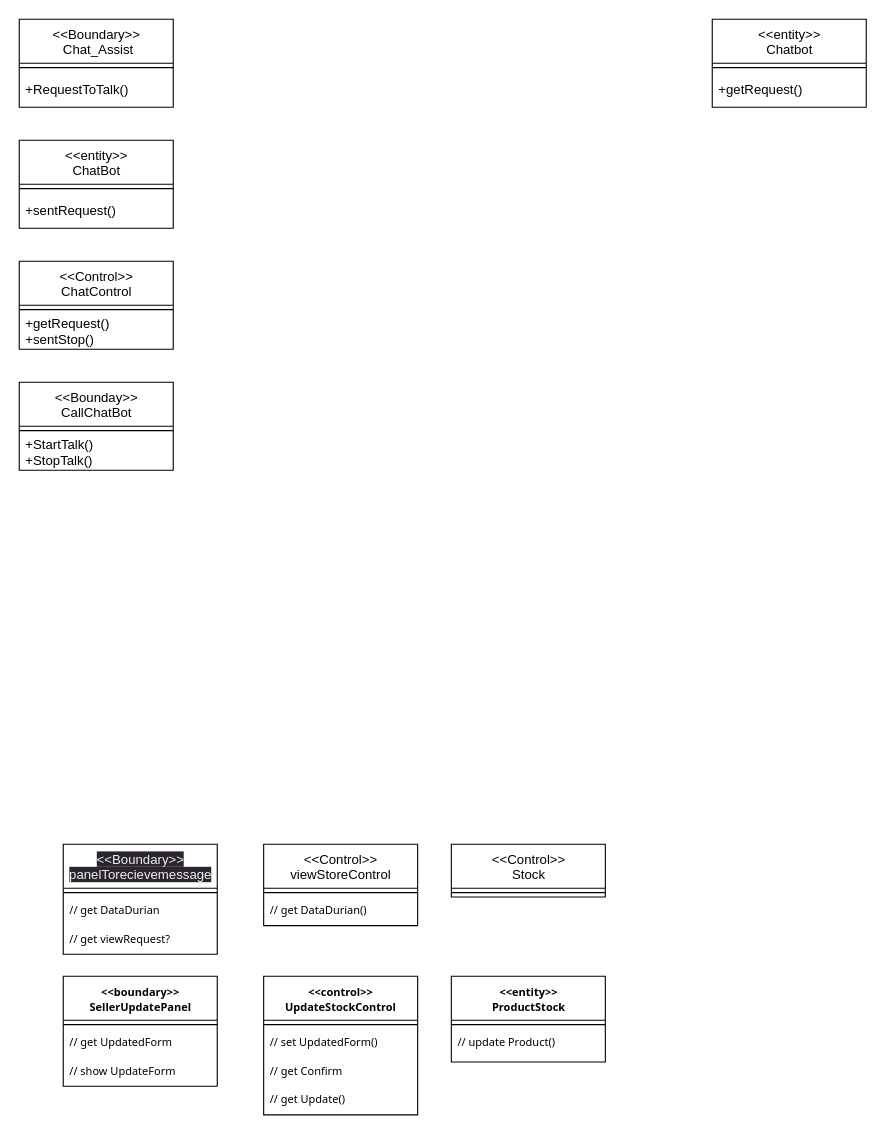
This is VOPC.drawio from munkeawtoast/isad-diagrams, a draw.io file, before an edit. Source tidied: cells renumbered, new cells numbered last; positions are measured from the earlier drawing's top-left corner, leaving out a move shared by most shapes. Both pictures are drawn from the tidied source at 110%, with x=0, y=0 at pixel (19, 19).
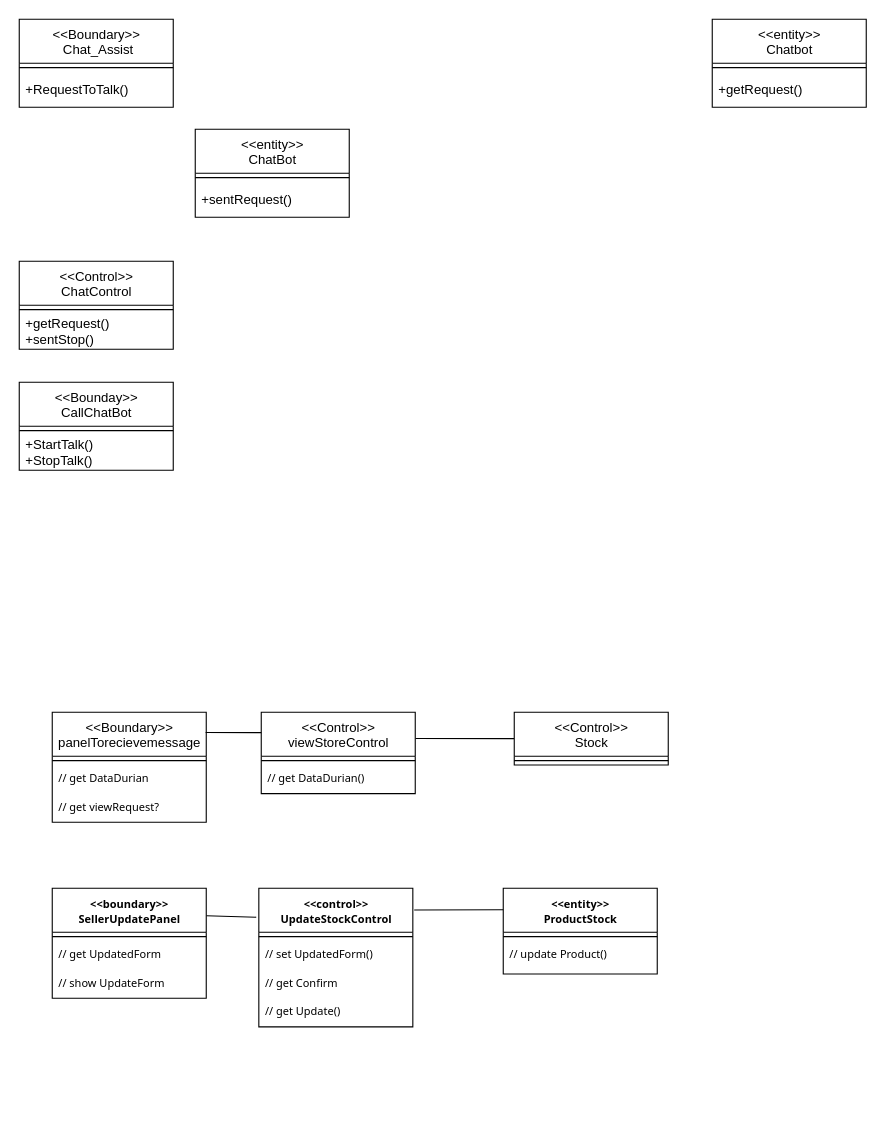
The same page after the edit.

The edit, as a diff of the source:
```diff
@@
     <mxCell id="11" value="&amp;lt;&amp;lt;entity&amp;gt;&amp;gt;&lt;br&gt;ChatBot" style="swimlane;fontStyle=0;align=center;verticalAlign=top;horizontal=1;startSize=40;html=1;" parent="1" vertex="1">
-      <mxGeometry y="110" width="140" height="80" as="geometry" />
+      <mxGeometry x="160" y="100" width="140" height="80" as="geometry" />
     </mxCell>
@@
+    <mxCell id="29" value="&lt;span style=&quot;font-family: Helvetica; font-size: 12px; font-style: normal; font-variant-ligatures: normal; font-variant-caps: normal; font-weight: 400; letter-spacing: normal; orphans: 2; text-align: center; text-indent: 0px; text-transform: none; widows: 2; word-spacing: 0px; -webkit-text-stroke-width: 0px; text-decoration-thickness: initial; text-decoration-style: initial; text-decoration-color: initial; float: none; display: inline !important;&quot;&gt;&amp;lt;&amp;lt;Boundary&amp;gt;&amp;gt;&lt;/span&gt;&lt;br style=&quot;border-color: rgb(0, 0, 0); font-family: Helvetica; font-size: 12px; font-style: normal; font-variant-ligatures: normal; font-variant-caps: normal; font-weight: 400; letter-spacing: normal; orphans: 2; text-align: center; text-indent: 0px; text-transform: none; widows: 2; word-spacing: 0px; -webkit-text-stroke-width: 0px; text-decoration-thickness: initial; text-decoration-style: initial; text-decoration-color: initial;&quot;&gt;&lt;span style=&quot;font-family: Helvetica; font-size: 12px; font-style: normal; font-variant-ligatures: normal; font-variant-caps: normal; font-weight: 400; letter-spacing: normal; orphans: 2; text-align: center; text-indent: 0px; text-transform: none; widows: 2; word-spacing: 0px; -webkit-text-stroke-width: 0px; text-decoration-thickness: initial; text-decoration-style: initial; text-decoration-color: initial; float: none; display: inline !important;&quot;&gt;panelTorecievemessage&lt;/span&gt;" style="swimlane;fontStyle=0;align=center;verticalAlign=top;horizontal=1;startSize=40;html=1;" parent="1" vertex="1">
+      <mxGeometry x="30" y="630" width="140" height="100" as="geometry" />
+    </mxCell>
+    <mxCell id="38" style="line;strokeWidth=1;fillColor=none;align=left;verticalAlign=middle;spacingTop=-1;spacingLeft=3;spacingRight=3;labelPosition=right;" parent="29" vertex="1">
+      <mxGeometry y="40" width="140" height="8" as="geometry" />
+    </mxCell>
+    <mxCell id="31" value="// get DataDurian" style="text;strokeColor=none;fillColor=none;align=left;verticalAlign=top;spacingLeft=4;spacingRight=4;overflow=hidden;strokeWidth=0;fontFamily=Tahoma;fontSize=10;" parent="29" vertex="1">
+      <mxGeometry y="48" width="140" height="26" as="geometry" />
+    </mxCell>
+    <mxCell id="32" value="// get viewRequest?" style="text;strokeColor=none;fillColor=none;align=left;verticalAlign=top;spacingLeft=4;spacingRight=4;overflow=hidden;strokeWidth=0;fontFamily=Tahoma;fontSize=10;" parent="29" vertex="1">
+      <mxGeometry y="74" width="140" height="26" as="geometry" />
+    </mxCell>
+    <mxCell id="39" style="edgeStyle=none;html=1;entryX=0;entryY=0.5;entryDx=0;entryDy=0;endArrow=none;endFill=0;exitX=1.001;exitY=0.322;exitDx=0;exitDy=0;exitPerimeter=0;" parent="1" edge="1" source="33" target="36">
+      <mxGeometry relative="1" as="geometry" />
+    </mxCell>
+    <mxCell id="33" value="&lt;span style=&quot;&quot;&gt;&amp;lt;&amp;lt;Control&amp;gt;&amp;gt;&lt;/span&gt;&lt;br style=&quot;&quot;&gt;&lt;span style=&quot;&quot;&gt;viewStoreControl&lt;/span&gt;" style="swimlane;fontStyle=0;align=center;verticalAlign=top;horizontal=1;startSize=40;html=1;" parent="1" vertex="1">
+      <mxGeometry x="220" y="630" width="140" height="74" as="geometry" />
+    </mxCell>
+    <mxCell id="40" style="line;strokeWidth=1;fillColor=none;align=left;verticalAlign=middle;spacingTop=-1;spacingLeft=3;spacingRight=3;labelPosition=right;" parent="33" vertex="1">
+      <mxGeometry y="40" width="140" height="8" as="geometry" />
+    </mxCell>
+    <mxCell id="35" value="// get DataDurian()" style="text;strokeColor=none;fillColor=none;align=left;verticalAlign=top;spacingLeft=4;spacingRight=4;overflow=hidden;strokeWidth=0;fontFamily=Tahoma;fontSize=10;" parent="33" vertex="1">
+      <mxGeometry y="48" width="140" height="26" as="geometry" />
+    </mxCell>
+    <mxCell id="36" value="&lt;span style=&quot;&quot;&gt;&amp;lt;&amp;lt;Control&amp;gt;&amp;gt;&lt;/span&gt;&lt;br style=&quot;&quot;&gt;Stock" style="swimlane;fontStyle=0;align=center;verticalAlign=top;horizontal=1;startSize=40;html=1;" parent="1" vertex="1">
+      <mxGeometry x="450" y="630" width="140" height="48" as="geometry" />
+    </mxCell>
+    <mxCell id="41" style="line;strokeWidth=1;fillColor=none;align=left;verticalAlign=middle;spacingTop=-1;spacingLeft=3;spacingRight=3;labelPosition=right;" parent="36" vertex="1">
+      <mxGeometry y="40" width="140" height="8" as="geometry" />
+    </mxCell>
+    <mxCell id="42" style="edgeStyle=none;html=1;entryX=0;entryY=0.25;entryDx=0;entryDy=0;endArrow=none;endFill=0;exitX=0.996;exitY=0.184;exitDx=0;exitDy=0;exitPerimeter=0;" parent="1" edge="1" source="29" target="33">
+      <mxGeometry relative="1" as="geometry" />
+    </mxCell>
+    <mxCell id="43" style="edgeStyle=none;html=1;entryX=-0.017;entryY=0.209;entryDx=0;entryDy=0;entryPerimeter=0;endArrow=none;endFill=0;exitX=1;exitY=0.25;exitDx=0;exitDy=0;" parent="1" edge="1" source="17" target="21">
+      <mxGeometry relative="1" as="geometry" />
+    </mxCell>
     <mxCell id="17" value="&lt;span style=&quot;font-family: Tahoma; font-size: 10px; font-weight: 700;&quot;&gt;&amp;lt;&amp;lt;boundary&amp;gt;&amp;gt;&lt;/span&gt;&lt;br style=&quot;padding: 0px; margin: 0px; font-family: Tahoma; font-size: 10px; font-weight: 700;&quot;&gt;&lt;span style=&quot;font-family: Tahoma; font-size: 10px; font-weight: 700;&quot;&gt;SellerUpdatePanel&lt;/span&gt;" style="swimlane;fontStyle=0;align=center;verticalAlign=top;horizontal=1;startSize=40;html=1;" parent="1" vertex="1">
-      <mxGeometry x="40" y="870" width="140" height="100" as="geometry" />
+      <mxGeometry x="30" y="790" width="140" height="100" as="geometry" />
     </mxCell>
-    <mxCell id="18" style="line;strokeWidth=1;fillColor=none;align=left;verticalAlign=middle;spacingTop=-1;spacingLeft=3;spacingRight=3;labelPosition=right;" parent="17" vertex="1">
-      <mxGeometry y="40" width="140" height="8" as="geometry" />
-    </mxCell>
+    <mxCell id="44" style="line;strokeWidth=1;fillColor=none;align=left;verticalAlign=middle;spacingTop=-1;spacingLeft=3;spacingRight=3;labelPosition=right;" parent="17" vertex="1">
+      <mxGeometry y="40" width="140" height="8" as="geometry" />
+    </mxCell>
@@
     <mxCell id="21" value="&lt;span style=&quot;font-family: Tahoma; font-size: 10px; font-weight: 700;&quot;&gt;&amp;lt;&amp;lt;control&amp;gt;&amp;gt;&lt;/span&gt;&lt;br style=&quot;padding: 0px; margin: 0px; font-family: Tahoma; font-size: 10px; font-weight: 700;&quot;&gt;&lt;span style=&quot;font-family: Tahoma; font-size: 10px; font-weight: 700;&quot;&gt;UpdateStockControl&lt;/span&gt;" style="swimlane;fontStyle=0;align=center;verticalAlign=top;horizontal=1;startSize=40;html=1;" parent="1" vertex="1">
-      <mxGeometry x="222.2" y="870" width="140" height="126" as="geometry" />
+      <mxGeometry x="217.8" y="790" width="140" height="126" as="geometry" />
     </mxCell>
-    <mxCell id="22" style="line;strokeWidth=1;fillColor=none;align=left;verticalAlign=middle;spacingTop=-1;spacingLeft=3;spacingRight=3;labelPosition=right;" parent="21" vertex="1">
-      <mxGeometry y="40" width="140" height="8" as="geometry" />
-    </mxCell>
+    <mxCell id="45" style="line;strokeWidth=1;fillColor=none;align=left;verticalAlign=middle;spacingTop=-1;spacingLeft=3;spacingRight=3;labelPosition=right;" parent="21" vertex="1">
+      <mxGeometry y="40" width="140" height="8" as="geometry" />
+    </mxCell>
@@
     <mxCell id="26" value="&lt;span style=&quot;font-family: Tahoma; font-size: 10px; font-weight: 700;&quot;&gt;&amp;lt;&amp;lt;entity&amp;gt;&amp;gt;&lt;/span&gt;&lt;br style=&quot;padding: 0px; margin: 0px; font-family: Tahoma; font-size: 10px; font-weight: 700;&quot;&gt;&lt;span style=&quot;font-family: Tahoma; font-size: 10px; font-weight: 700;&quot;&gt;ProductStock&lt;/span&gt;" style="swimlane;fontStyle=0;align=center;verticalAlign=top;horizontal=1;startSize=40;html=1;" parent="1" vertex="1">
-      <mxGeometry x="392.8" y="870" width="140" height="78" as="geometry" />
+      <mxGeometry x="440" y="790" width="140" height="78" as="geometry" />
     </mxCell>
-    <mxCell id="27" style="line;strokeWidth=1;fillColor=none;align=left;verticalAlign=middle;spacingTop=-1;spacingLeft=3;spacingRight=3;labelPosition=right;" parent="26" vertex="1">
-      <mxGeometry y="40" width="140" height="8" as="geometry" />
-    </mxCell>
+    <mxCell id="46" style="line;strokeWidth=1;fillColor=none;align=left;verticalAlign=middle;spacingTop=-1;spacingLeft=3;spacingRight=3;labelPosition=right;" parent="26" vertex="1">
+      <mxGeometry y="40" width="140" height="8" as="geometry" />
+    </mxCell>
@@
-    <mxCell id="29" value="&lt;span style=&quot;color: rgb(240, 240, 240); font-family: Helvetica; font-size: 12px; font-style: normal; font-variant-ligatures: normal; font-variant-caps: normal; font-weight: 400; letter-spacing: normal; orphans: 2; text-align: center; text-indent: 0px; text-transform: none; widows: 2; word-spacing: 0px; -webkit-text-stroke-width: 0px; background-color: rgb(42, 37, 47); text-decoration-thickness: initial; text-decoration-style: initial; text-decoration-color: initial; float: none; display: inline !important;&quot;&gt;&amp;lt;&amp;lt;Boundary&amp;gt;&amp;gt;&lt;/span&gt;&lt;br style=&quot;border-color: rgb(0, 0, 0); color: rgb(240, 240, 240); font-family: Helvetica; font-size: 12px; font-style: normal; font-variant-ligatures: normal; font-variant-caps: normal; font-weight: 400; letter-spacing: normal; orphans: 2; text-align: center; text-indent: 0px; text-transform: none; widows: 2; word-spacing: 0px; -webkit-text-stroke-width: 0px; background-color: rgb(42, 37, 47); text-decoration-thickness: initial; text-decoration-style: initial; text-decoration-color: initial;&quot;&gt;&lt;span style=&quot;color: rgb(240, 240, 240); font-family: Helvetica; font-size: 12px; font-style: normal; font-variant-ligatures: normal; font-variant-caps: normal; font-weight: 400; letter-spacing: normal; orphans: 2; text-align: center; text-indent: 0px; text-transform: none; widows: 2; word-spacing: 0px; -webkit-text-stroke-width: 0px; background-color: rgb(42, 37, 47); text-decoration-thickness: initial; text-decoration-style: initial; text-decoration-color: initial; float: none; display: inline !important;&quot;&gt;panelTorecievemessage&lt;/span&gt;&lt;br&gt;" style="swimlane;fontStyle=0;align=center;verticalAlign=top;horizontal=1;startSize=40;html=1;" parent="1" vertex="1">
-      <mxGeometry x="40" y="750" width="140" height="100" as="geometry" />
-    </mxCell>
-    <mxCell id="30" style="line;strokeWidth=1;fillColor=none;align=left;verticalAlign=middle;spacingTop=-1;spacingLeft=3;spacingRight=3;labelPosition=right;" parent="29" vertex="1">
-      <mxGeometry y="40" width="140" height="8" as="geometry" />
-    </mxCell>
-    <mxCell id="31" value="// get DataDurian" style="text;strokeColor=none;fillColor=none;align=left;verticalAlign=top;spacingLeft=4;spacingRight=4;overflow=hidden;strokeWidth=0;fontFamily=Tahoma;fontSize=10;" parent="29" vertex="1">
-      <mxGeometry y="48" width="140" height="26" as="geometry" />
-    </mxCell>
-    <mxCell id="32" value="// get viewRequest?" style="text;strokeColor=none;fillColor=none;align=left;verticalAlign=top;spacingLeft=4;spacingRight=4;overflow=hidden;strokeWidth=0;fontFamily=Tahoma;fontSize=10;" parent="29" vertex="1">
-      <mxGeometry y="74" width="140" height="26" as="geometry" />
-    </mxCell>
-    <mxCell id="33" value="&lt;span style=&quot;&quot;&gt;&amp;lt;&amp;lt;Control&amp;gt;&amp;gt;&lt;/span&gt;&lt;br style=&quot;&quot;&gt;&lt;span style=&quot;&quot;&gt;viewStoreControl&lt;/span&gt;" style="swimlane;fontStyle=0;align=center;verticalAlign=top;horizontal=1;startSize=40;html=1;" parent="1" vertex="1">
-      <mxGeometry x="222.2" y="750" width="140" height="74" as="geometry" />
-    </mxCell>
-    <mxCell id="34" style="line;strokeWidth=1;fillColor=none;align=left;verticalAlign=middle;spacingTop=-1;spacingLeft=3;spacingRight=3;labelPosition=right;" parent="33" vertex="1">
-      <mxGeometry y="40" width="140" height="8" as="geometry" />
-    </mxCell>
-    <mxCell id="35" value="// get DataDurian()" style="text;strokeColor=none;fillColor=none;align=left;verticalAlign=top;spacingLeft=4;spacingRight=4;overflow=hidden;strokeWidth=0;fontFamily=Tahoma;fontSize=10;" parent="33" vertex="1">
-      <mxGeometry y="48" width="140" height="26" as="geometry" />
-    </mxCell>
-    <mxCell id="36" value="&lt;span style=&quot;&quot;&gt;&amp;lt;&amp;lt;Control&amp;gt;&amp;gt;&lt;/span&gt;&lt;br style=&quot;&quot;&gt;Stock" style="swimlane;fontStyle=0;align=center;verticalAlign=top;horizontal=1;startSize=40;html=1;" parent="1" vertex="1">
-      <mxGeometry x="392.8" y="750" width="140" height="48" as="geometry" />
-    </mxCell>
-    <mxCell id="37" style="line;strokeWidth=1;fillColor=none;align=left;verticalAlign=middle;spacingTop=-1;spacingLeft=3;spacingRight=3;labelPosition=right;" parent="36" vertex="1">
-      <mxGeometry y="40" width="140" height="8" as="geometry" />
-    </mxCell>
+    <mxCell id="47" style="edgeStyle=none;html=1;entryX=0;entryY=0.25;entryDx=0;entryDy=0;endArrow=none;endFill=0;exitX=1.009;exitY=0.157;exitDx=0;exitDy=0;exitPerimeter=0;" parent="1" edge="1" source="21" target="26">
+      <mxGeometry relative="1" as="geometry" />
+    </mxCell>
```
